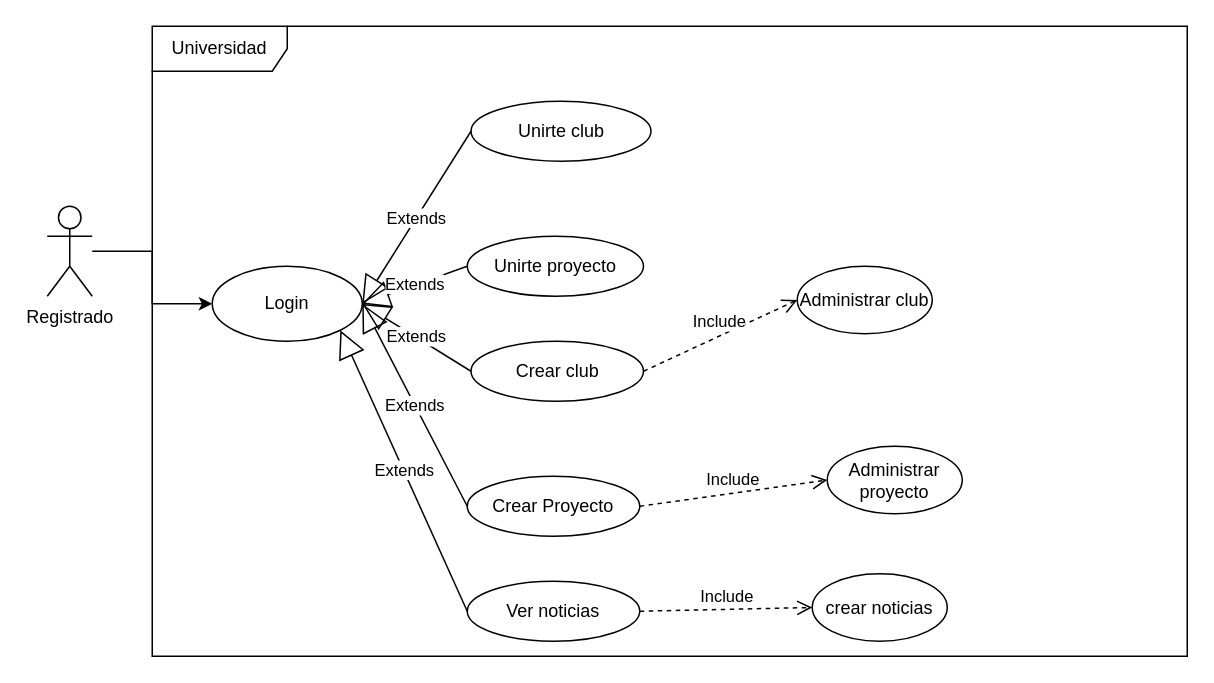
This is diagramaUso_Registrado.drawio from JeffersonUniversidad/entornos, a draw.io file, before an edit. Source tidied: cells renumbered, new cells numbered last; positions are measured from the earlier drawing's top-left corner, leaving out a move shared by most shapes. Both pictures are drawn from the tidied source at 150%, with x=0, y=0 at pixel (46, 26).
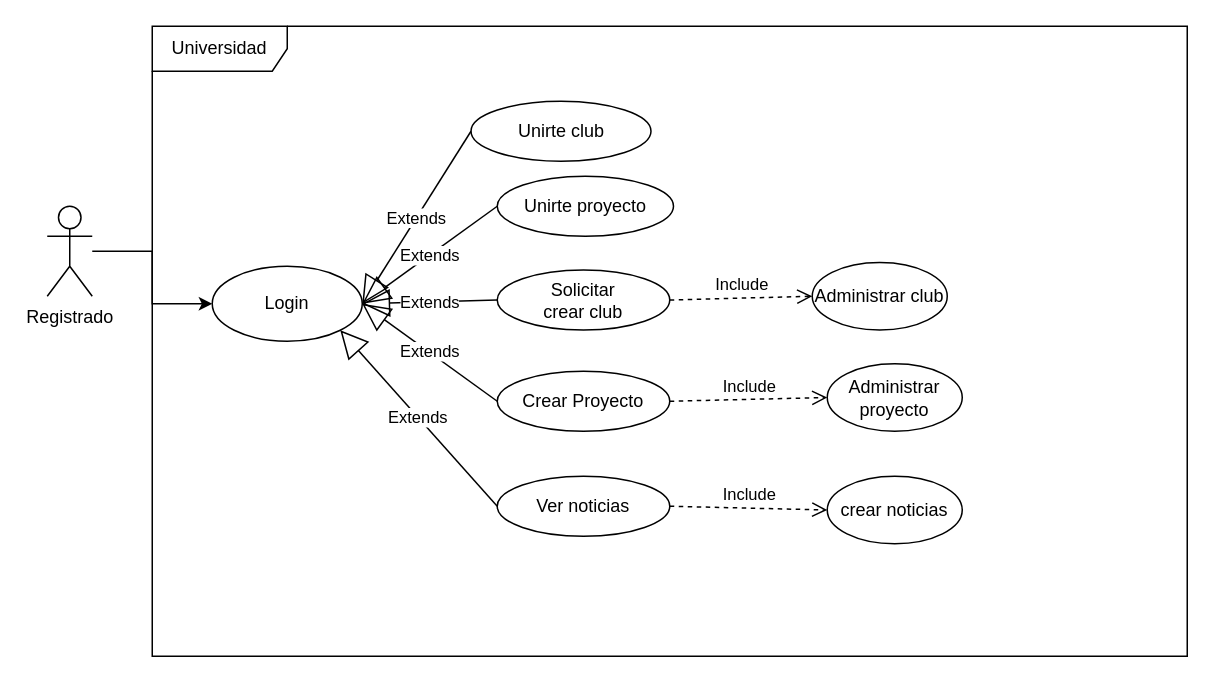
Above is the later version.

What changed in the source:
```diff
@@
     <mxCell id="7" value="Unirte proyecto" style="ellipse;whiteSpace=wrap;html=1;" parent="1" vertex="1">
-      <mxGeometry x="280" y="140" width="117.5" height="40" as="geometry" />
+      <mxGeometry x="300" y="100" width="117.5" height="40" as="geometry" />
     </mxCell>
-    <mxCell id="8" value="Crear club" style="ellipse;whiteSpace=wrap;html=1;" parent="1" vertex="1">
-      <mxGeometry x="282.5" y="210" width="115" height="40" as="geometry" />
+    <mxCell id="8" value="Solicitar &lt;br&gt;crear club" style="ellipse;whiteSpace=wrap;html=1;" parent="1" vertex="1">
+      <mxGeometry x="300" y="162.5" width="115" height="40" as="geometry" />
     </mxCell>
     <mxCell id="9" value="Crear Proyecto" style="ellipse;whiteSpace=wrap;html=1;" parent="1" vertex="1">
-      <mxGeometry x="280" y="300" width="115" height="40" as="geometry" />
+      <mxGeometry x="300" y="230" width="115" height="40" as="geometry" />
     </mxCell>
     <mxCell id="10" value="Administrar club" style="ellipse;whiteSpace=wrap;html=1;" parent="1" vertex="1">
-      <mxGeometry x="500" y="160" width="90" height="45" as="geometry" />
+      <mxGeometry x="510" y="157.5" width="90" height="45" as="geometry" />
     </mxCell>
     <mxCell id="11" value="Administrar proyecto" style="ellipse;whiteSpace=wrap;html=1;" parent="1" vertex="1">
-      <mxGeometry x="520" y="280" width="90" height="45" as="geometry" />
+      <mxGeometry x="520" y="225" width="90" height="45" as="geometry" />
     </mxCell>
@@
     <mxCell id="18" value="Ver noticias" style="ellipse;whiteSpace=wrap;html=1;" parent="1" vertex="1">
-      <mxGeometry x="280" y="370" width="115" height="40" as="geometry" />
+      <mxGeometry x="300" y="300" width="115" height="40" as="geometry" />
     </mxCell>
@@
     <mxCell id="20" value="crear noticias" style="ellipse;whiteSpace=wrap;html=1;" parent="1" vertex="1">
-      <mxGeometry x="510" y="365" width="90" height="45" as="geometry" />
+      <mxGeometry x="520" y="300" width="90" height="45" as="geometry" />
     </mxCell>
```
